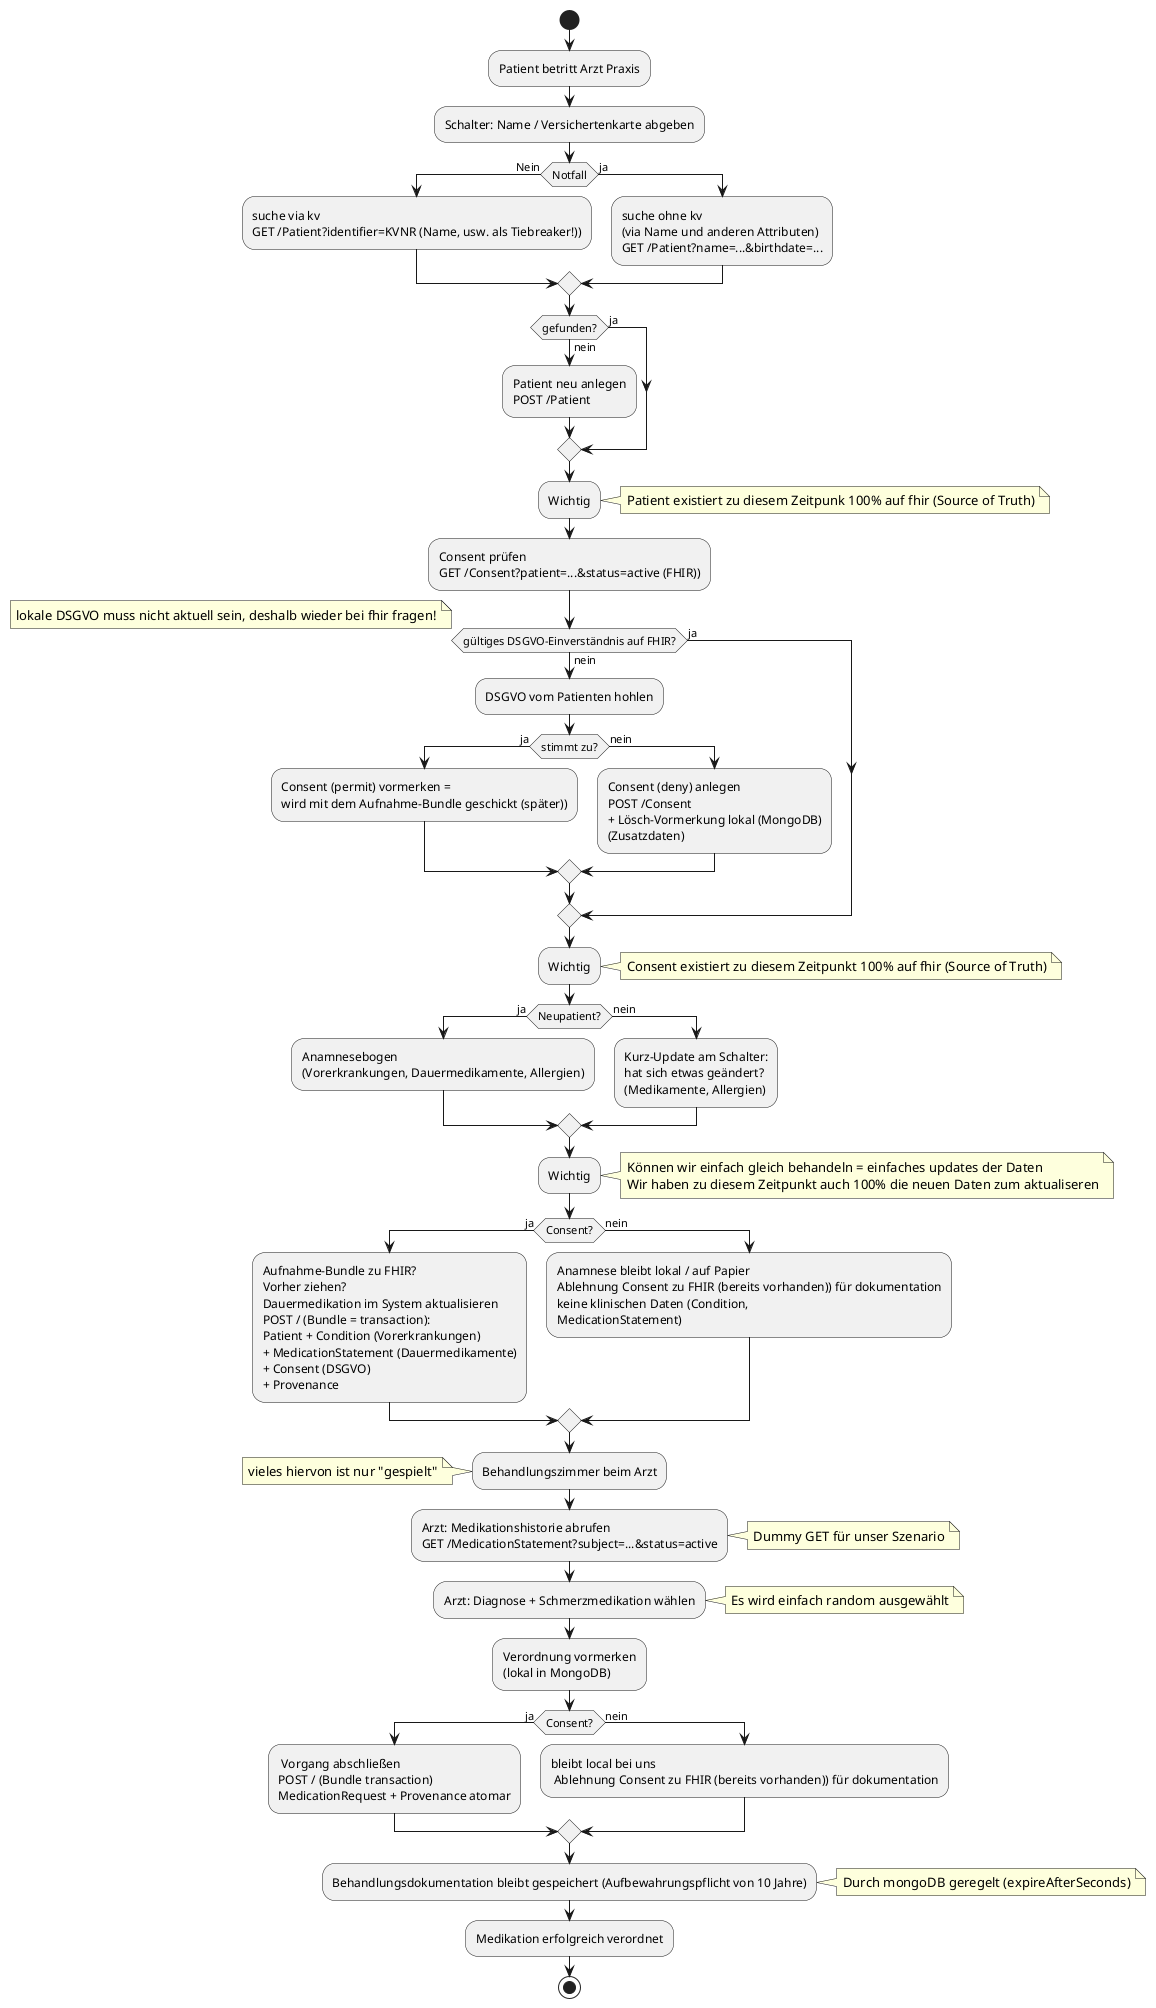
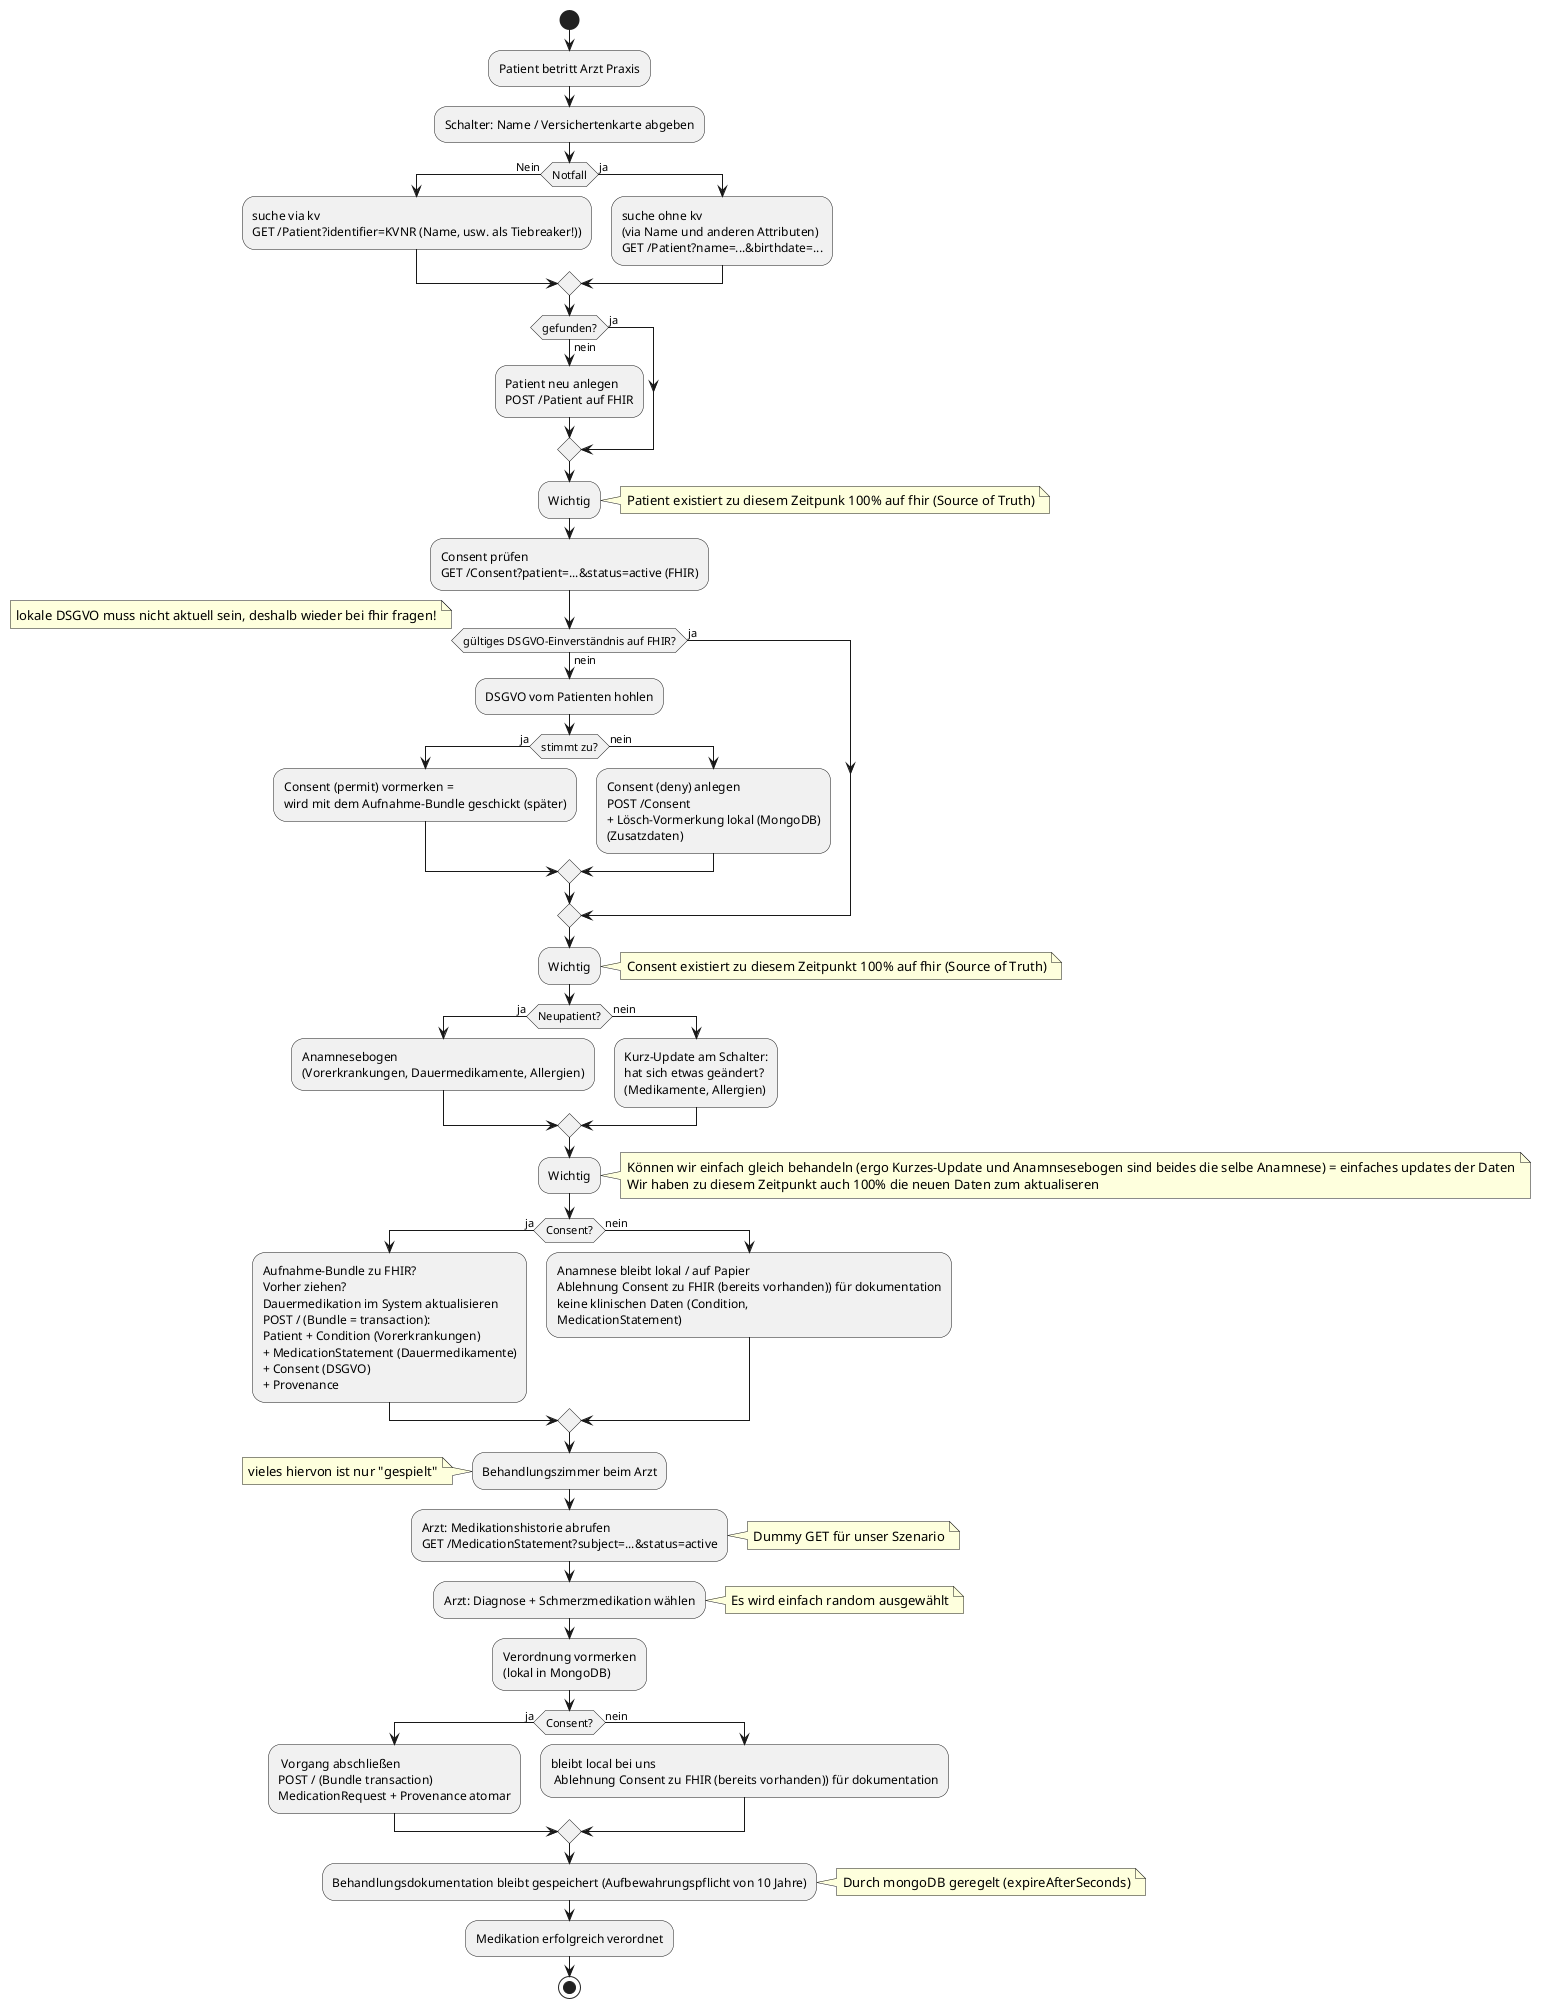
@startuml patientenJourny

start
:Patient betritt Arzt Praxis;

:Schalter: Name / Versichertenkarte abgeben;
if(Notfall) then(Nein)
:suche via kv
GET /Patient?identifier=KVNR (Name, usw. als Tiebreaker!));
else(ja)
 :suche ohne kv
 (via Name und anderen Attributen)
 GET /Patient?name=...&birthdate=...;
endif

if (gefunden?) then (ja)
else (nein)
  :Patient neu anlegen
-   POST /Patient;
+   POST /Patient auf FHIR;
endif
:Wichtig;
 note right
    Patient existiert zu diesem Zeitpunk 100% auf fhir (Source of Truth)
  end note

:Consent prüfen
- GET /Consent?patient=...&status=active (FHIR));
+ GET /Consent?patient=...&status=active (FHIR);
if (gültiges DSGVO-Einverständnis auf FHIR?) then (ja)
 note left
   lokale DSGVO muss nicht aktuell sein, deshalb wieder bei fhir fragen!
  end note
else (nein)
  :DSGVO vom Patienten hohlen;
  if (stimmt zu?) then (ja)
    :Consent (permit) vormerken =
-     wird mit dem Aufnahme-Bundle geschickt (später));
+     wird mit dem Aufnahme-Bundle geschickt (später);
  else (nein)
    :Consent (deny) anlegen
    POST /Consent
    + Lösch-Vormerkung lokal (MongoDB)
    (Zusatzdaten);
  endif
endif

:Wichtig;
 note right
   Consent existiert zu diesem Zeitpunkt 100% auf fhir (Source of Truth)
  end note

if (Neupatient?) then (ja)
  :Anamnesebogen
  (Vorerkrankungen, Dauermedikamente, Allergien);
else (nein)
  :Kurz-Update am Schalter:
  hat sich etwas geändert?
  (Medikamente, Allergien);
endif

:Wichtig;
 note right
-    Können wir einfach gleich behandeln = einfaches updates der Daten
+    Können wir einfach gleich behandeln (ergo Kurzes-Update und Anamnsesebogen sind beides die selbe Anamnese) = einfaches updates der Daten
   Wir haben zu diesem Zeitpunkt auch 100% die neuen Daten zum aktualiseren
  end note

if (Consent?) then (ja)
  :Aufnahme-Bundle zu FHIR?
  Vorher ziehen?
  Dauermedikation im System aktualisieren
  POST / (Bundle = transaction):
  Patient + Condition (Vorerkrankungen)
  + MedicationStatement (Dauermedikamente)
  + Consent (DSGVO)
  + Provenance;
else (nein)
  :Anamnese bleibt lokal / auf Papier
  Ablehnung Consent zu FHIR (bereits vorhanden)) für dokumentation
  keine klinischen Daten (Condition,
  MedicationStatement);
endif

:Behandlungszimmer beim Arzt;
note left
vieles hiervon ist nur "gespielt"
end note
:Arzt: Medikationshistorie abrufen
GET /MedicationStatement?subject=...&status=active;
note right
Dummy GET für unser Szenario
end note
:Arzt: Diagnose + Schmerzmedikation wählen;
note right
Es wird einfach random ausgewählt
end note

:Verordnung vormerken
(lokal in MongoDB);

if (Consent?) then (ja)
: Vorgang abschließen
POST / (Bundle transaction)
MedicationRequest + Provenance atomar;
else (nein)
:bleibt local bei uns
 Ablehnung Consent zu FHIR (bereits vorhanden)) für dokumentation;
end if

:Behandlungsdokumentation bleibt gespeichert (Aufbewahrungspflicht von 10 Jahre);
note right
Durch mongoDB geregelt (expireAfterSeconds)
end note

:Medikation erfolgreich verordnet;
stop
@enduml
